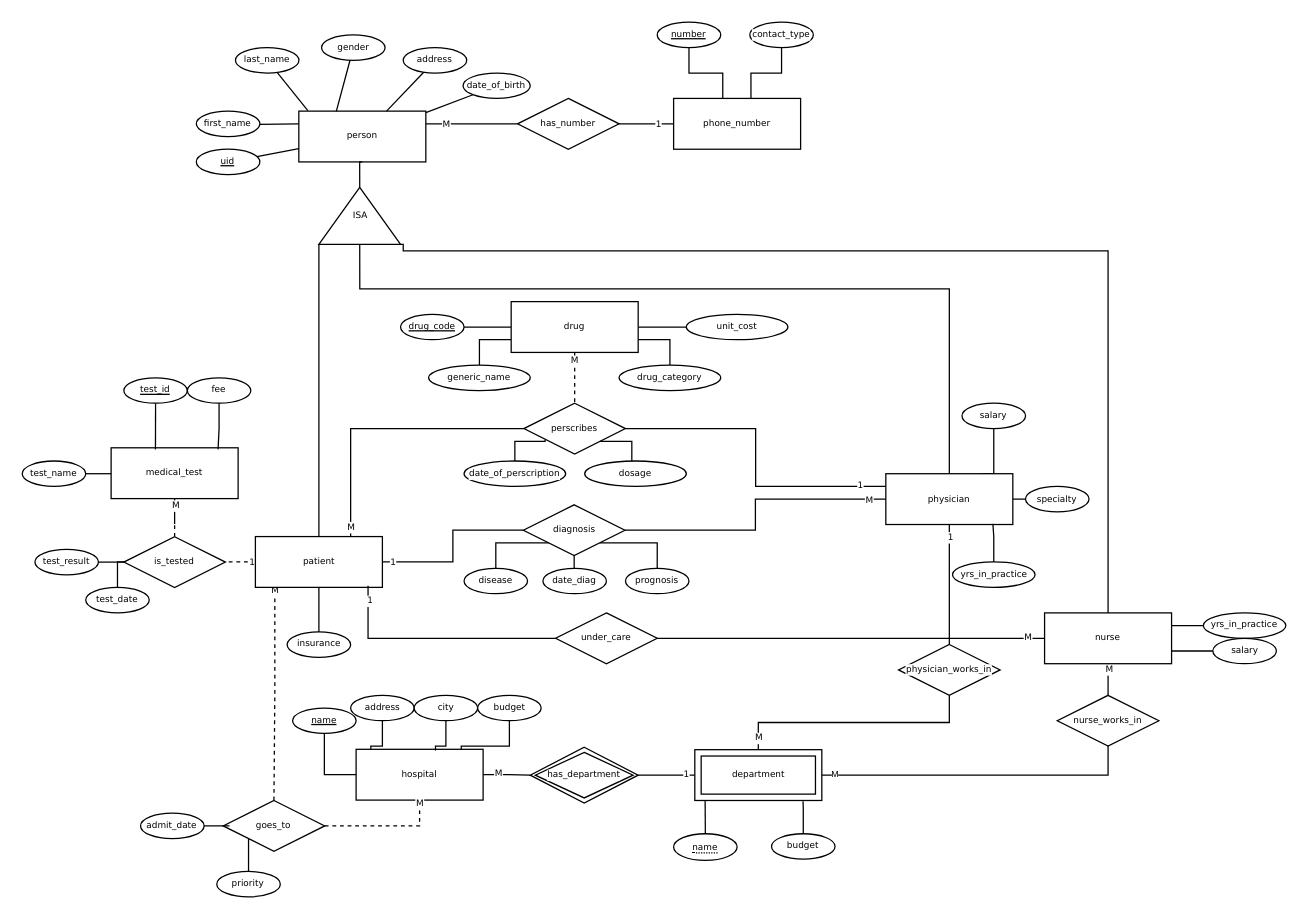
This is DatabasesA1.drawio from functionzz/Databases, a draw.io file, before an edit. Source tidied: cells renumbered, new cells numbered last; positions are measured from the earlier drawing's top-left corner, leaving out a move shared by most shapes. Both pictures are drawn from the tidied source at 127%, with x=0, y=0 at pixel (22, 22).
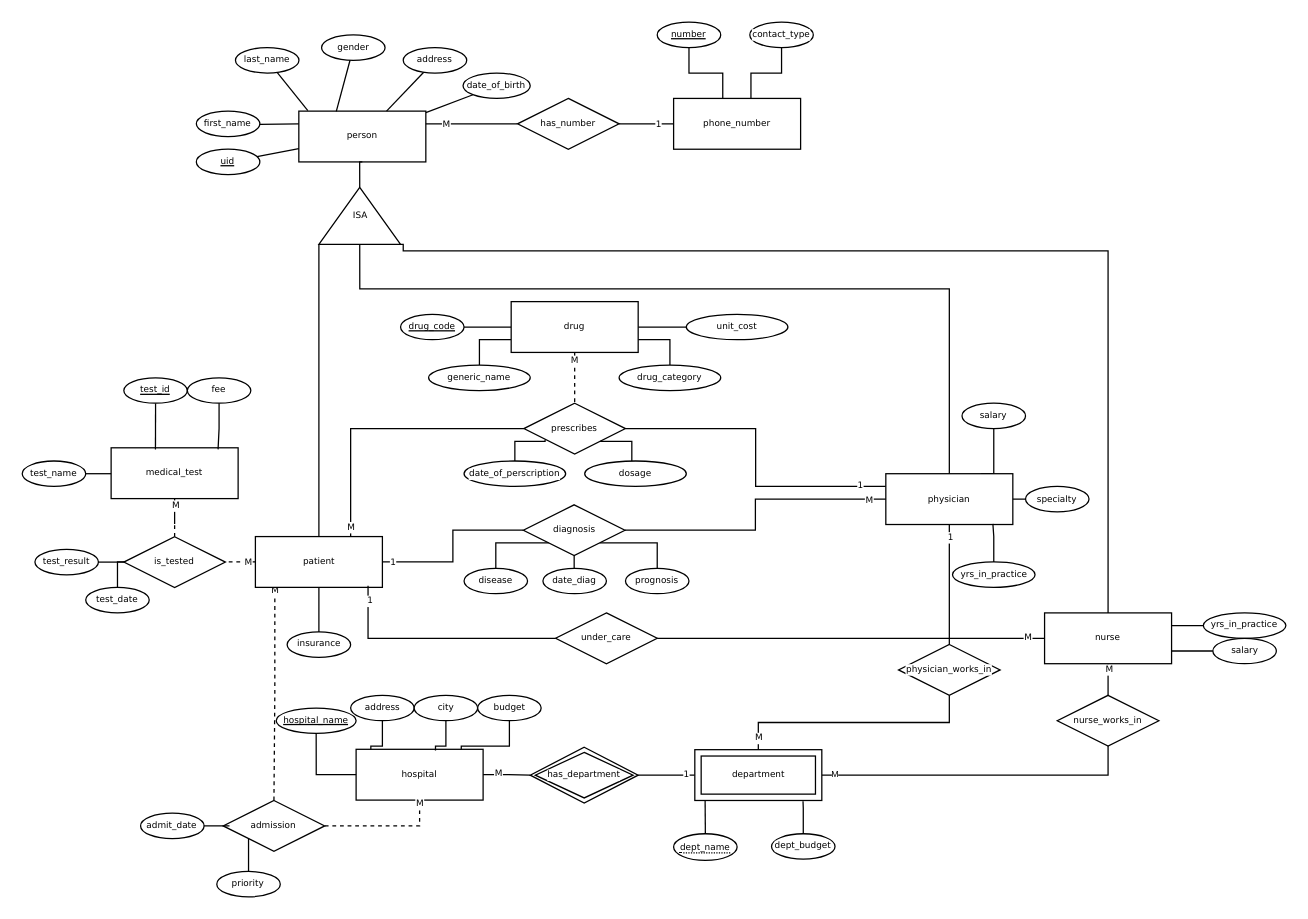
Above is the later version.

Unchanged cells that the change refers to:
```xml
<mxCell id="9" style="edgeStyle=orthogonalEdgeStyle;shape=connector;rounded=0;jettySize=auto;html=1;exitX=0;exitY=0.5;exitDx=0;exitDy=0;strokeColor=default;align=center;verticalAlign=top;fontFamily=Verdana;fontSize=7;fontColor=default;labelBackgroundColor=default;startFill=0;endArrow=none;entryX=1.032;entryY=0.525;entryDx=0;entryDy=0;entryPerimeter=0;dashed=1;" parent="1" edge="1" source="13" target="112">
  <mxGeometry relative="1" as="geometry" />
</mxCell>
```

The edit, as a diff of the source:
```diff
@@
-    <mxCell id="10" value="1" style="edgeLabel;html=1;align=center;verticalAlign=middle;fontFamily=Verdana;fontSize=7;fontColor=default;labelBackgroundColor=default;" parent="9" vertex="1">
-      <mxGeometry x="-0.77" relative="1" as="geometry" />
+    <mxCell id="10" value="M" style="edgeLabel;html=1;align=center;verticalAlign=middle;fontFamily=Verdana;fontSize=7;fontColor=default;labelBackgroundColor=default;" parent="9" vertex="1">
+      <mxGeometry x="-0.77" relative="1" as="geometry">
+        <mxPoint x="-3" as="offset" />
+      </mxGeometry>
     </mxCell>
@@
-    <mxCell id="58" value="name" style="ellipse;whiteSpace=wrap;html=1;align=center;fontStyle=4;strokeColor=default;verticalAlign=middle;fontFamily=Verdana;fontSize=7;fontColor=default;labelBackgroundColor=default;fillColor=default;" parent="1" vertex="1">
-      <mxGeometry x="212.9" y="540" width="50" height="20" as="geometry" />
+    <mxCell id="58" value="hospital_name" style="ellipse;whiteSpace=wrap;html=1;align=center;fontStyle=4;strokeColor=default;verticalAlign=middle;fontFamily=Verdana;fontSize=7;fontColor=default;labelBackgroundColor=default;fillColor=default;" parent="1" vertex="1">
+      <mxGeometry x="200" y="540" width="62.9" height="20" as="geometry" />
     </mxCell>
@@
-    <mxCell id="71" value="budget" style="ellipse;whiteSpace=wrap;html=1;align=center;strokeColor=default;verticalAlign=middle;fontFamily=Verdana;fontSize=7;fontColor=default;labelBackgroundColor=default;fillColor=default;" parent="1" vertex="1">
+    <mxCell id="71" value="dept_budget" style="ellipse;whiteSpace=wrap;html=1;align=center;strokeColor=default;verticalAlign=middle;fontFamily=Verdana;fontSize=7;fontColor=default;labelBackgroundColor=default;fillColor=default;" parent="1" vertex="1">
       <mxGeometry x="590" y="639" width="50" height="20" as="geometry" />
     </mxCell>
@@
-    <mxCell id="81" value="goes_to" style="shape=rhombus;perimeter=rhombusPerimeter;whiteSpace=wrap;html=1;align=center;fontFamily=Verdana;fontSize=7;fontColor=default;labelBackgroundColor=default;" parent="1" vertex="1">
+    <mxCell id="81" value="admission" style="shape=rhombus;perimeter=rhombusPerimeter;whiteSpace=wrap;html=1;align=center;fontFamily=Verdana;fontSize=7;fontColor=default;labelBackgroundColor=default;" parent="1" vertex="1">
       <mxGeometry x="158.2" y="612.8" width="80" height="40" as="geometry" />
     </mxCell>
@@
-    <mxCell id="101" value="&lt;span style=&quot;border-bottom: 1px dotted&quot;&gt;name&lt;/span&gt;" style="ellipse;whiteSpace=wrap;html=1;align=center;fontFamily=Verdana;fontSize=7;fontColor=default;labelBackgroundColor=default;" parent="1" vertex="1">
+    <mxCell id="101" value="&lt;span style=&quot;border-bottom: 1px dotted&quot;&gt;dept_name&lt;/span&gt;" style="ellipse;whiteSpace=wrap;html=1;align=center;fontFamily=Verdana;fontSize=7;fontColor=default;labelBackgroundColor=default;" parent="1" vertex="1">
       <mxGeometry x="512.9" y="639" width="50" height="21" as="geometry" />
     </mxCell>
@@
-    <mxCell id="121" value="perscribes" style="shape=rhombus;perimeter=rhombusPerimeter;whiteSpace=wrap;html=1;align=center;fontFamily=Verdana;fontSize=7;fontColor=default;labelBackgroundColor=default;" parent="1" vertex="1">
+    <mxCell id="121" value="prescribes" style="shape=rhombus;perimeter=rhombusPerimeter;whiteSpace=wrap;html=1;align=center;fontFamily=Verdana;fontSize=7;fontColor=default;labelBackgroundColor=default;" parent="1" vertex="1">
       <mxGeometry x="395" y="300" width="80" height="40" as="geometry" />
     </mxCell>
```
